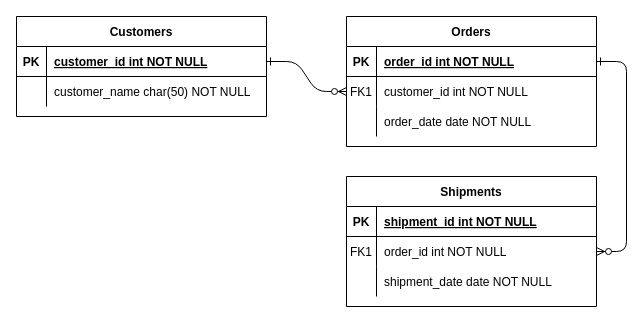
The draw.io diagram src/Диаграмма сущностей (StoryDay).drawio in isfomin/diagrams, before the edit. Source tidied: cells renumbered, new cells numbered last; positions are measured from the earlier drawing's top-left corner, leaving out a move shared by most shapes. Both pictures are drawn from the tidied source at 100%, with x=0, y=0 at pixel (16, 16).
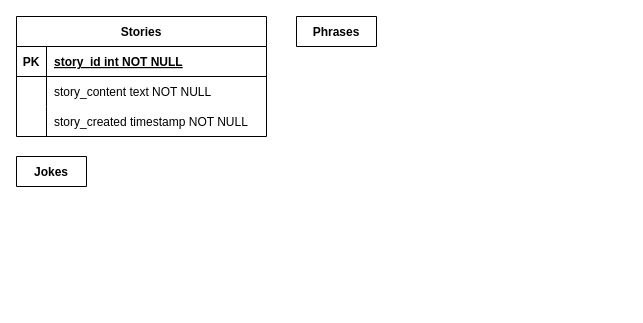
After the change.

The change refers to these unchanged cells:
```xml
<mxCell id="25" style="shape=partialRectangle;fillColor=none;points=[[0,0.5],[1,0.5]];portConstraint=eastwest;top=0;left=0;right=0;bottom=1;" parent="24" vertex="1">
  <mxGeometry y="30" width="250" height="30" as="geometry" />
</mxCell>
<mxCell id="28" style="shape=partialRectangle;fillColor=none;top=0;left=0;right=0;bottom=0;" parent="24" vertex="1">
  <mxGeometry y="60" width="250" height="30" as="geometry" />
</mxCell>
```

Diff of the diagram source:
```diff
@@
-    <mxCell id="2" style="edgeStyle=entityRelationEdgeStyle;endArrow=ERzeroToMany;startArrow=ERone;endFill=1;startFill=0;" parent="1" edge="1" source="25" target="8">
-      <mxGeometry relative="1" as="geometry" />
-    </mxCell>
-    <mxCell id="3" style="edgeStyle=entityRelationEdgeStyle;endArrow=ERzeroToMany;startArrow=ERone;endFill=1;startFill=0;" parent="1" edge="1" source="5" target="18">
-      <mxGeometry relative="1" as="geometry" />
-    </mxCell>
-    <mxCell id="4" value="Orders" style="shape=table;startSize=30;childLayout=tableLayout;rowLines=0;fontStyle=1;align=center;" parent="1" vertex="1">
-      <mxGeometry x="330" width="250" height="130" as="geometry" />
-    </mxCell>
-    <mxCell id="5" style="shape=partialRectangle;fillColor=none;points=[[0,0.5],[1,0.5]];portConstraint=eastwest;top=0;left=0;right=0;bottom=1;" parent="4" vertex="1">
-      <mxGeometry y="30" width="250" height="30" as="geometry" />
-    </mxCell>
-    <mxCell id="6" value="PK" style="shape=partialRectangle;overflow=hidden;fillColor=none;top=0;left=0;bottom=0;right=0;fontStyle=1;" parent="5" vertex="1">
-      <mxGeometry width="30" height="30" as="geometry" />
-    </mxCell>
-    <mxCell id="7" value="order_id int NOT NULL " style="shape=partialRectangle;overflow=hidden;fillColor=none;top=0;left=0;bottom=0;right=0;align=left;spacingLeft=6;fontStyle=5;" parent="5" vertex="1">
-      <mxGeometry x="30" width="220" height="30" as="geometry" />
-    </mxCell>
-    <mxCell id="8" style="shape=partialRectangle;fillColor=none;points=[[0,0.5],[1,0.5]];portConstraint=eastwest;top=0;left=0;right=0;bottom=0;" parent="4" vertex="1">
-      <mxGeometry y="60" width="250" height="30" as="geometry" />
-    </mxCell>
-    <mxCell id="9" value="FK1" style="shape=partialRectangle;overflow=hidden;fillColor=none;top=0;left=0;bottom=0;right=0;" parent="8" vertex="1">
-      <mxGeometry width="30" height="30" as="geometry" />
-    </mxCell>
-    <mxCell id="10" value="customer_id int NOT NULL" style="shape=partialRectangle;overflow=hidden;fillColor=none;top=0;left=0;bottom=0;right=0;align=left;spacingLeft=6;" parent="8" vertex="1">
-      <mxGeometry x="30" width="220" height="30" as="geometry" />
-    </mxCell>
-    <mxCell id="11" style="shape=partialRectangle;fillColor=none;top=0;left=0;right=0;bottom=0;" parent="4" vertex="1">
-      <mxGeometry y="90" width="250" height="30" as="geometry" />
-    </mxCell>
-    <mxCell id="12" style="shape=partialRectangle;overflow=hidden;fillColor=none;top=0;left=0;bottom=0;right=0;" parent="11" vertex="1">
-      <mxGeometry width="30" height="30" as="geometry" />
-    </mxCell>
-    <mxCell id="13" value="order_date date NOT NULL" style="shape=partialRectangle;overflow=hidden;fillColor=none;top=0;left=0;bottom=0;right=0;align=left;spacingLeft=6;" parent="11" vertex="1">
-      <mxGeometry x="30" width="220" height="30" as="geometry" />
-    </mxCell>
-    <mxCell id="14" value="Shipments" style="shape=table;startSize=30;childLayout=tableLayout;rowLines=0;fontStyle=1;align=center;" parent="1" vertex="1">
-      <mxGeometry x="330" y="160" width="250" height="130" as="geometry" />
-    </mxCell>
-    <mxCell id="15" style="shape=partialRectangle;fillColor=none;top=0;left=0;right=0;bottom=1;" parent="14" vertex="1">
-      <mxGeometry y="30" width="250" height="30" as="geometry" />
-    </mxCell>
-    <mxCell id="16" value="PK" style="shape=partialRectangle;overflow=hidden;fillColor=none;top=0;left=0;bottom=0;right=0;fontStyle=1;" parent="15" vertex="1">
-      <mxGeometry width="30" height="30" as="geometry" />
-    </mxCell>
-    <mxCell id="17" value="shipment_id int NOT NULL " style="shape=partialRectangle;overflow=hidden;fillColor=none;top=0;left=0;bottom=0;right=0;align=left;spacingLeft=6;fontStyle=5;" parent="15" vertex="1">
-      <mxGeometry x="30" width="220" height="30" as="geometry" />
-    </mxCell>
-    <mxCell id="18" style="shape=partialRectangle;fillColor=none;points=[[0,0.5],[1,0.5]];portConstraint=eastwest;top=0;left=0;right=0;bottom=0;" parent="14" vertex="1">
-      <mxGeometry y="60" width="250" height="30" as="geometry" />
-    </mxCell>
-    <mxCell id="19" value="FK1" style="shape=partialRectangle;overflow=hidden;fillColor=none;top=0;left=0;bottom=0;right=0;" parent="18" vertex="1">
-      <mxGeometry width="30" height="30" as="geometry" />
-    </mxCell>
-    <mxCell id="20" value="order_id int NOT NULL" style="shape=partialRectangle;overflow=hidden;fillColor=none;top=0;left=0;bottom=0;right=0;align=left;spacingLeft=6;" parent="18" vertex="1">
-      <mxGeometry x="30" width="220" height="30" as="geometry" />
-    </mxCell>
-    <mxCell id="21" style="shape=partialRectangle;fillColor=none;top=0;left=0;right=0;bottom=0;" parent="14" vertex="1">
-      <mxGeometry y="90" width="250" height="30" as="geometry" />
-    </mxCell>
-    <mxCell id="22" style="shape=partialRectangle;overflow=hidden;fillColor=none;top=0;left=0;bottom=0;right=0;" parent="21" vertex="1">
-      <mxGeometry width="30" height="30" as="geometry" />
-    </mxCell>
-    <mxCell id="23" value="shipment_date date NOT NULL" style="shape=partialRectangle;overflow=hidden;fillColor=none;top=0;left=0;bottom=0;right=0;align=left;spacingLeft=6;" parent="21" vertex="1">
-      <mxGeometry x="30" width="220" height="30" as="geometry" />
-    </mxCell>
-    <mxCell id="24" value="Customers" style="shape=table;startSize=30;childLayout=tableLayout;rowLines=0;fontStyle=1;align=center;" parent="1" vertex="1">
-      <mxGeometry width="250" height="100" as="geometry" />
+    <mxCell id="24" value="Stories" style="shape=table;startSize=30;childLayout=tableLayout;rowLines=0;fontStyle=1;align=center;" parent="1" vertex="1">
+      <mxGeometry width="250" height="120" as="geometry" />
     </mxCell>
@@
-    <mxCell id="27" value="customer_id int NOT NULL " style="shape=partialRectangle;overflow=hidden;fillColor=none;top=0;left=0;bottom=0;right=0;align=left;spacingLeft=6;fontStyle=5;" parent="25" vertex="1">
+    <mxCell id="27" value="story_id int NOT NULL " style="shape=partialRectangle;overflow=hidden;fillColor=none;top=0;left=0;bottom=0;right=0;align=left;spacingLeft=6;fontStyle=5;" parent="25" vertex="1">
       <mxGeometry x="30" width="220" height="30" as="geometry" />
     </mxCell>
@@
-    <mxCell id="30" value="customer_name char(50) NOT NULL" style="shape=partialRectangle;overflow=hidden;fillColor=none;top=0;left=0;bottom=0;right=0;align=left;spacingLeft=6;" parent="28" vertex="1">
+    <mxCell id="30" value="story_content text NOT NULL" style="shape=partialRectangle;overflow=hidden;fillColor=none;top=0;left=0;bottom=0;right=0;align=left;spacingLeft=6;" parent="28" vertex="1">
       <mxGeometry x="30" width="220" height="30" as="geometry" />
     </mxCell>
+    <mxCell id="31" style="shape=partialRectangle;fillColor=none;top=0;left=0;right=0;bottom=0;" parent="24" vertex="1">
+      <mxGeometry y="90" width="250" height="30" as="geometry" />
+    </mxCell>
+    <mxCell id="32" style="shape=partialRectangle;overflow=hidden;fillColor=none;top=0;left=0;bottom=0;right=0;" parent="31" vertex="1">
+      <mxGeometry width="30" height="30" as="geometry" />
+    </mxCell>
+    <mxCell id="33" value="story_created timestamp NOT NULL" style="shape=partialRectangle;overflow=hidden;fillColor=none;top=0;left=0;bottom=0;right=0;align=left;spacingLeft=6;" parent="31" vertex="1">
+      <mxGeometry x="30" width="220" height="30" as="geometry" />
+    </mxCell>
+    <mxCell id="34" value="Jokes" style="shape=table;startSize=30;childLayout=tableLayout;rowLines=0;fontStyle=1;align=center;" parent="1" vertex="1" collapsed="1">
+      <mxGeometry y="140" width="70" height="30" as="geometry" />
+    </mxCell>
+    <mxCell id="35" value="Phrases" style="shape=table;startSize=30;childLayout=tableLayout;rowLines=0;fontStyle=1;align=center;noLabel=0;" parent="1" vertex="1" collapsed="1">
+      <mxGeometry x="280" width="80" height="30" as="geometry" />
+    </mxCell>
```
